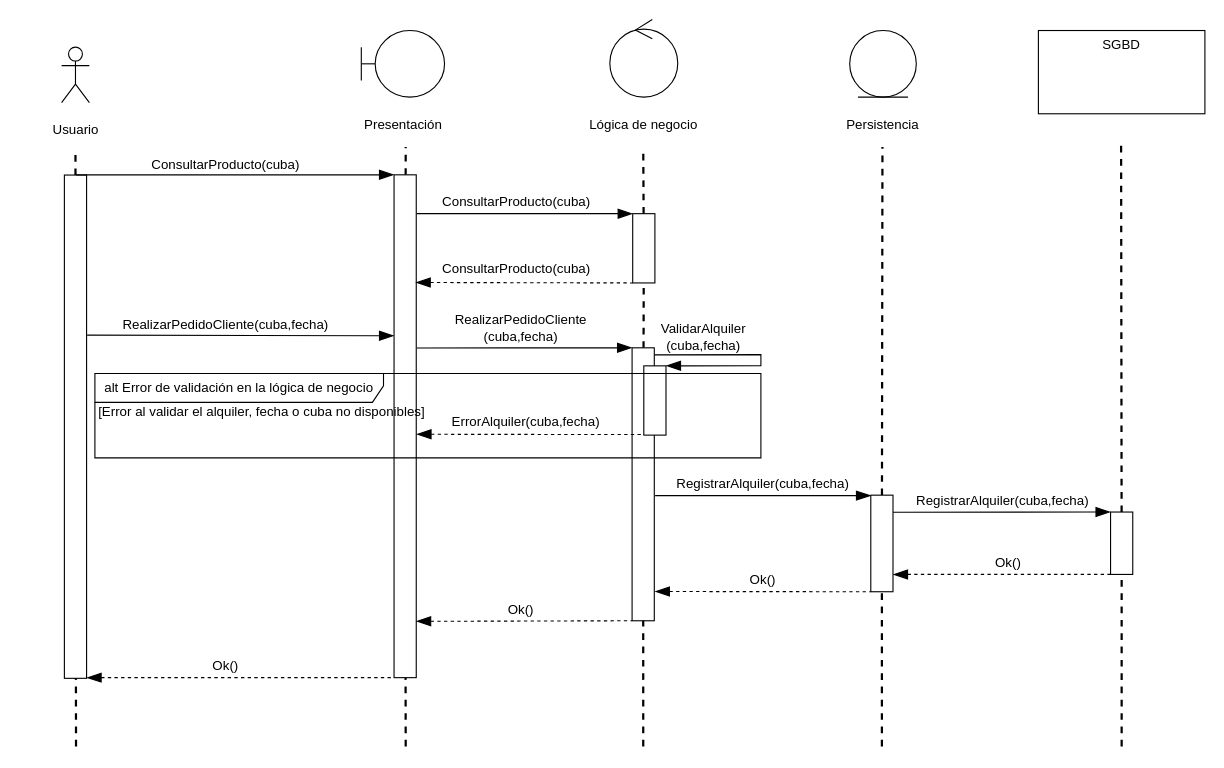
Earlier version of the draw.io diagram diagramas/diagramas de secuencia/diagramaSecuenciaAlquilerCuba.drawio (felipescalera/Proyecto-IR). Source tidied: cells renumbered, new cells numbered last; positions are measured from the earlier drawing's top-left corner, leaving out a move shared by most shapes. Both pictures are drawn from the tidied source at 111%, with x=0, y=0 at pixel (-176, 19).
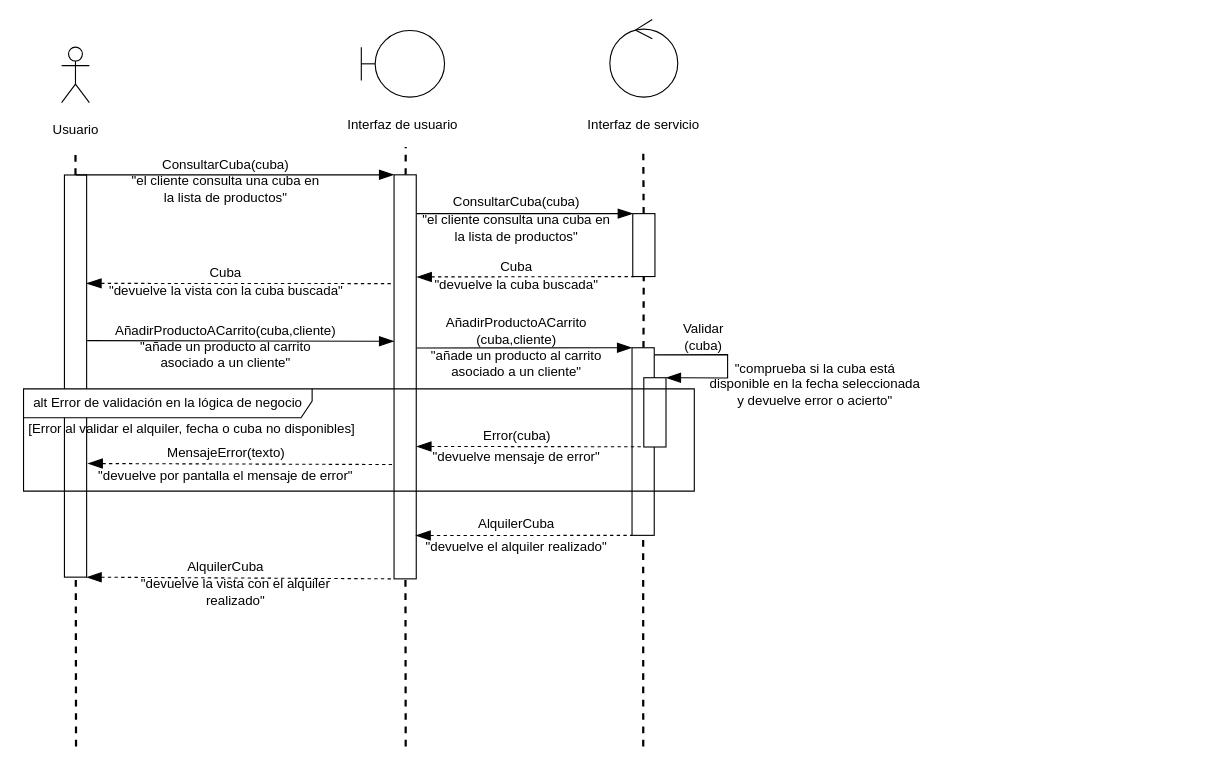
Above is the later version.

The change refers to these unchanged cells:
```xml
<mxCell id="8" style="group;" parent="1" vertex="1">
  <mxGeometry x="684" width="109" height="105" as="geometry" />
</mxCell>
```

Change to the diagram source:
```diff
@@
-    <mxCell id="2" style="group;" parent="1" vertex="1">
-      <mxGeometry x="1094" y="10" width="150" height="75" as="geometry" />
-    </mxCell>
-    <mxCell id="3" style="rounded=0;whiteSpace=wrap;html=1;fontColor=none;" parent="2" vertex="1">
-      <mxGeometry width="150" height="75" as="geometry" />
-    </mxCell>
-    <mxCell id="4" value="SGBD" style="text;html=1;strokeColor=none;fillColor=none;align=center;verticalAlign=middle;whiteSpace=wrap;rounded=0;fontColor=none;" parent="2" vertex="1">
-      <mxGeometry x="50" width="50" height="25" as="geometry" />
-    </mxCell>
-    <mxCell id="5" style="group;" parent="1" vertex="1">
-      <mxGeometry x="924" y="10" width="60" height="95" as="geometry" />
-    </mxCell>
-    <mxCell id="6" style="ellipse;shape=umlEntity;whiteSpace=wrap;html=1;" parent="5" vertex="1">
-      <mxGeometry width="60" height="60" as="geometry" />
-    </mxCell>
-    <mxCell id="7" value="Persistencia" style="text;html=1;strokeColor=none;fillColor=none;align=center;verticalAlign=middle;whiteSpace=wrap;rounded=0;fontColor=none;" parent="5" vertex="1">
-      <mxGeometry x="10" y="75" width="40" height="20" as="geometry" />
-    </mxCell>
@@
-    <mxCell id="10" value="Lógica de negocio" style="text;html=1;strokeColor=none;fillColor=none;align=center;verticalAlign=middle;whiteSpace=wrap;rounded=0;fontColor=none;" parent="8" vertex="1">
+    <mxCell id="10" value="Interfaz de servicio" style="text;html=1;strokeColor=none;fillColor=none;align=center;verticalAlign=middle;whiteSpace=wrap;rounded=0;fontColor=none;" parent="8" vertex="1">
       <mxGeometry y="85" width="109" height="20" as="geometry" />
     </mxCell>
     <mxCell id="11" style="group;" parent="1" vertex="1">
-      <mxGeometry x="484" y="10" width="75" height="95" as="geometry" />
+      <mxGeometry x="484" y="10" width="120" height="95" as="geometry" />
     </mxCell>
@@
-    <mxCell id="13" value="Presentación" style="text;html=1;strokeColor=none;fillColor=none;align=center;verticalAlign=middle;whiteSpace=wrap;rounded=0;fontColor=none;" parent="11" vertex="1">
-      <mxGeometry x="17.5" y="75" width="40" height="20" as="geometry" />
+    <mxCell id="13" value="Interfaz de usuario" style="text;html=1;strokeColor=none;fillColor=none;align=center;verticalAlign=middle;whiteSpace=wrap;rounded=0;fontColor=none;" parent="11" vertex="1">
+      <mxGeometry x="-13.8" y="75" width="102.5" height="20" as="geometry" />
     </mxCell>
@@
-    <mxCell id="16" style="endArrow=none;dashed=1;html=1;fontColor=none;strokeWidth=2;" parent="1" edge="1" source="34">
-      <mxGeometry relative="1" as="geometry">
-        <mxPoint x="953.5" y="115" as="targetPoint" />
-      </mxGeometry>
-    </mxCell>
-    <mxCell id="17" style="endArrow=none;dashed=1;html=1;fontColor=none;strokeWidth=2;" parent="1" edge="1" source="37">
-      <mxGeometry relative="1" as="geometry">
-        <mxPoint x="1168.5" y="110" as="targetPoint" />
-      </mxGeometry>
-    </mxCell>
@@
     <mxCell id="22" style="rounded=0;whiteSpace=wrap;html=1;fontColor=none;rotation=90;" parent="1" vertex="1">
-      <mxGeometry x="-0.2" y="356.9" width="453.4" height="20" as="geometry" />
+      <mxGeometry x="45.4" y="311.3" width="362.3" height="20" as="geometry" />
     </mxCell>
@@
     <mxCell id="24" style="rounded=0;whiteSpace=wrap;html=1;fontColor=none;rotation=90;" parent="1" vertex="1">
-      <mxGeometry x="297" y="356.5" width="453" height="20" as="geometry" />
+      <mxGeometry x="341.5" y="312" width="364" height="20" as="geometry" />
     </mxCell>
@@
-    <mxCell id="27" value="ConsultarProducto(cuba)" style="text;html=1;strokeColor=none;fillColor=none;align=center;verticalAlign=middle;whiteSpace=wrap;rounded=0;fontSize=12;fontColor=none;" parent="1" vertex="1">
+    <mxCell id="27" value="ConsultarCuba(cuba)" style="text;html=1;strokeColor=none;fillColor=none;align=center;verticalAlign=middle;whiteSpace=wrap;rounded=0;fontSize=12;fontColor=none;" parent="1" vertex="1">
       <mxGeometry x="342" y="121" width="40" height="20" as="geometry" />
     </mxCell>
@@
     <mxCell id="29" style="rounded=0;whiteSpace=wrap;html=1;fontColor=none;rotation=90;" parent="1" vertex="1">
-      <mxGeometry x="707.3" y="196.2" width="62.4" height="20" as="geometry" />
+      <mxGeometry x="710.2" y="193.3" width="56.7" height="20" as="geometry" />
     </mxCell>
@@
-    <mxCell id="31" value="ConsultarProducto(cuba)" style="text;html=1;strokeColor=none;fillColor=none;align=center;verticalAlign=middle;whiteSpace=wrap;rounded=0;fontSize=12;fontColor=none;" parent="1" vertex="1">
+    <mxCell id="31" value="ConsultarCuba(cuba)" style="text;html=1;strokeColor=none;fillColor=none;align=center;verticalAlign=middle;whiteSpace=wrap;rounded=0;fontSize=12;fontColor=none;" parent="1" vertex="1">
       <mxGeometry x="604" y="155" width="40" height="20" as="geometry" />
     </mxCell>
-    <mxCell id="32" style="endArrow=none;html=1;strokeWidth=1;fontColor=none;endFill=0;endSize=11;startArrow=blockThin;startFill=1;startSize=11;dashed=1;entryX=1;entryY=1;entryDx=0;entryDy=0;" parent="1" edge="1" target="29">
+    <mxCell id="32" style="endArrow=none;html=1;strokeWidth=1;fontColor=none;endFill=0;endSize=11;startArrow=blockThin;startFill=1;startSize=11;dashed=1;entryX=1;entryY=1;entryDx=0;entryDy=0;exitX=0.203;exitY=0.025;exitDx=0;exitDy=0;exitPerimeter=0;" parent="1" edge="1">
       <mxGeometry relative="1" as="geometry">
-        <mxPoint x="533" y="237" as="sourcePoint" />
+        <mxPoint x="534" y="232" as="sourcePoint" />
+        <mxPoint x="729.5" y="231.7" as="targetPoint" />
       </mxGeometry>
     </mxCell>
-    <mxCell id="33" style="endArrow=blockThin;html=1;strokeWidth=1;fontColor=none;endFill=1;endSize=11;entryX=0;entryY=1;entryDx=0;entryDy=0;" parent="1" edge="1">
-      <mxGeometry relative="1" as="geometry">
-        <mxPoint x="748.7" y="429" as="sourcePoint" />
-        <mxPoint x="943.2" y="429" as="targetPoint" />
-      </mxGeometry>
-    </mxCell>
-    <mxCell id="34" style="rounded=0;whiteSpace=wrap;html=1;fontColor=none;rotation=90;" parent="1" vertex="1">
-      <mxGeometry x="909.5" y="462.1" width="87" height="20" as="geometry" />
-    </mxCell>
-    <mxCell id="35" style="endArrow=none;dashed=1;html=1;fontColor=none;strokeWidth=2;" parent="1" edge="1" target="34">
-      <mxGeometry relative="1" as="geometry">
-        <mxPoint x="953" y="655" as="sourcePoint" />
-      </mxGeometry>
-    </mxCell>
-    <mxCell id="36" value="RegistrarAlquiler(cuba,fecha)" style="text;html=1;strokeColor=none;fillColor=none;align=center;verticalAlign=middle;whiteSpace=wrap;rounded=0;fontSize=12;fontColor=none;" parent="1" vertex="1">
-      <mxGeometry x="826" y="409.4" width="40" height="20" as="geometry" />
-    </mxCell>
-    <mxCell id="37" style="rounded=0;whiteSpace=wrap;html=1;fontColor=none;rotation=90;" parent="1" vertex="1">
-      <mxGeometry x="1140.9" y="461.9" width="56.2" height="20" as="geometry" />
-    </mxCell>
-    <mxCell id="38" style="endArrow=none;dashed=1;html=1;fontColor=none;strokeWidth=2;" parent="1" edge="1" target="37">
-      <mxGeometry relative="1" as="geometry">
-        <mxPoint x="1169" y="655" as="sourcePoint" />
-      </mxGeometry>
-    </mxCell>
-    <mxCell id="39" style="endArrow=blockThin;html=1;strokeWidth=1;fontColor=none;endFill=1;endSize=11;entryX=0;entryY=1;entryDx=0;entryDy=0;" parent="1" edge="1" target="37">
-      <mxGeometry relative="1" as="geometry">
-        <mxPoint x="963" y="444" as="sourcePoint" />
-      </mxGeometry>
-    </mxCell>
-    <mxCell id="40" style="endArrow=none;html=1;strokeWidth=1;fontColor=none;endFill=0;endSize=11;startArrow=blockThin;startFill=1;startSize=11;dashed=1;entryX=1;entryY=1;entryDx=0;entryDy=0;" parent="1" edge="1" target="37">
-      <mxGeometry relative="1" as="geometry">
-        <mxPoint x="963" y="500" as="sourcePoint" />
-      </mxGeometry>
-    </mxCell>
-    <mxCell id="41" value="Ok()" style="text;html=1;strokeColor=none;fillColor=none;align=center;verticalAlign=middle;whiteSpace=wrap;rounded=0;fontSize=12;fontColor=none;" parent="1" vertex="1">
-      <mxGeometry x="1047.3" y="479.5" width="40" height="20" as="geometry" />
-    </mxCell>
-    <mxCell id="42" style="endArrow=none;html=1;strokeWidth=1;fontColor=none;endFill=0;endSize=11;startArrow=blockThin;startFill=1;startSize=11;dashed=1;entryX=1;entryY=1;entryDx=0;entryDy=0;" parent="1" edge="1" target="34">
-      <mxGeometry relative="1" as="geometry">
-        <mxPoint x="748.5" y="515.4" as="sourcePoint" />
-      </mxGeometry>
-    </mxCell>
-    <mxCell id="43" value="Ok()" style="text;html=1;strokeColor=none;fillColor=none;align=center;verticalAlign=middle;whiteSpace=wrap;rounded=0;fontSize=12;fontColor=none;" parent="1" vertex="1">
-      <mxGeometry x="826" y="495" width="40" height="20" as="geometry" />
-    </mxCell>
-    <mxCell id="44" value="Ok()" style="text;html=1;strokeColor=none;fillColor=none;align=center;verticalAlign=middle;whiteSpace=wrap;rounded=0;fontSize=12;fontColor=none;" parent="1" vertex="1">
-      <mxGeometry x="608" y="522" width="40" height="20" as="geometry" />
+    <mxCell id="44" value="AlquilerCuba" style="text;html=1;strokeColor=none;fillColor=none;align=center;verticalAlign=middle;whiteSpace=wrap;rounded=0;fontSize=12;fontColor=none;" parent="1" vertex="1">
+      <mxGeometry x="604" y="445" width="40" height="20" as="geometry" />
     </mxCell>
-    <mxCell id="45" style="endArrow=none;html=1;strokeWidth=1;fontColor=none;endFill=0;endSize=11;startArrow=blockThin;startFill=1;startSize=11;dashed=1;entryX=1;entryY=1;entryDx=0;entryDy=0;exitX=0.888;exitY=0.005;exitDx=0;exitDy=0;exitPerimeter=0;" parent="1" edge="1" source="24" target="50">
-      <mxGeometry relative="1" as="geometry" />
+    <mxCell id="45" style="endArrow=none;html=1;strokeWidth=1;fontColor=none;endFill=0;endSize=11;startArrow=blockThin;startFill=1;startSize=11;dashed=1;entryX=1;entryY=1;entryDx=0;entryDy=0;" parent="1" edge="1" target="50">
+      <mxGeometry relative="1" as="geometry">
+        <mxPoint x="533" y="465" as="sourcePoint" />
+      </mxGeometry>
     </mxCell>
-    <mxCell id="46" style="endArrow=none;html=1;strokeWidth=1;fontColor=none;endFill=0;endSize=11;startArrow=blockThin;startFill=1;startSize=11;dashed=1;entryX=1;entryY=1;entryDx=0;entryDy=0;" parent="1" edge="1" target="24">
-      <mxGeometry relative="1" as="geometry">
-        <mxPoint x="236.5" y="593" as="sourcePoint" />
-      </mxGeometry>
+    <mxCell id="46" style="endArrow=none;html=1;strokeWidth=1;fontColor=none;endFill=0;endSize=11;startArrow=blockThin;startFill=1;startSize=11;dashed=1;entryX=1;entryY=1;entryDx=0;entryDy=0;exitX=1;exitY=0;exitDx=0;exitDy=0;" parent="1" edge="1" source="22" target="24">
+      <mxGeometry relative="1" as="geometry" />
     </mxCell>
-    <mxCell id="47" value="ConsultarProducto(cuba)" style="text;html=1;strokeColor=none;fillColor=none;align=center;verticalAlign=middle;whiteSpace=wrap;rounded=0;fontSize=12;fontColor=none;" parent="1" vertex="1">
-      <mxGeometry x="604" y="215" width="40" height="20" as="geometry" />
+    <mxCell id="47" value="Cuba" style="text;html=1;strokeColor=none;fillColor=none;align=center;verticalAlign=middle;whiteSpace=wrap;rounded=0;fontSize=12;fontColor=none;" parent="1" vertex="1">
+      <mxGeometry x="604" y="213.3" width="40" height="20" as="geometry" />
     </mxCell>
-    <mxCell id="48" style="endArrow=blockThin;html=1;strokeWidth=1;fontColor=none;endFill=1;endSize=11;entryX=0;entryY=1;entryDx=0;entryDy=0;exitX=0.318;exitY=-0.024;exitDx=0;exitDy=0;exitPerimeter=0;" parent="1" edge="1" source="22">
+    <mxCell id="48" style="endArrow=blockThin;html=1;strokeWidth=1;fontColor=none;endFill=1;endSize=11;entryX=0;entryY=1;entryDx=0;entryDy=0;exitX=0.318;exitY=-0.024;exitDx=0;exitDy=0;exitPerimeter=0;" parent="1" edge="1">
       <mxGeometry relative="1" as="geometry">
-        <mxPoint x="513.5" y="285" as="targetPoint" />
+        <mxPoint x="237" y="289.4" as="sourcePoint" />
+        <mxPoint x="513.5" y="290" as="targetPoint" />
       </mxGeometry>
     </mxCell>
-    <mxCell id="49" value="RealizarPedidoCliente(cuba,fecha)" style="text;html=1;strokeColor=none;fillColor=none;align=center;verticalAlign=middle;whiteSpace=wrap;rounded=0;fontSize=12;fontColor=none;" parent="1" vertex="1">
-      <mxGeometry x="342" y="265" width="40" height="20" as="geometry" />
+    <mxCell id="49" value="AñadirProductoACarrito(cuba,cliente)" style="text;html=1;strokeColor=none;fillColor=none;align=center;verticalAlign=middle;whiteSpace=wrap;rounded=0;fontSize=12;fontColor=none;" parent="1" vertex="1">
+      <mxGeometry x="342" y="271" width="40" height="20" as="geometry" />
     </mxCell>
     <mxCell id="50" style="rounded=0;whiteSpace=wrap;html=1;fontColor=none;rotation=90;" parent="1" vertex="1">
-      <mxGeometry x="615" y="408.8" width="245.9" height="20" as="geometry" />
+      <mxGeometry x="653.4" y="370.3" width="169" height="20" as="geometry" />
     </mxCell>
@@
-    <mxCell id="53" value="RealizarPedidoCliente&lt;br&gt;(cuba,fecha)" style="text;html=1;strokeColor=none;fillColor=none;align=center;verticalAlign=middle;whiteSpace=wrap;rounded=0;fontSize=12;fontColor=none;" parent="1" vertex="1">
-      <mxGeometry x="608" y="268" width="40" height="20" as="geometry" />
-    </mxCell>
     <mxCell id="54" style="rounded=0;whiteSpace=wrap;html=1;fontColor=none;rotation=90;" parent="1" vertex="1">
-      <mxGeometry x="717.3" y="333.3" width="62.4" height="20" as="geometry" />
+      <mxGeometry x="717.3" y="344" width="62.4" height="20" as="geometry" />
     </mxCell>
     <mxCell id="55" style="endArrow=blockThin;html=1;strokeWidth=1;fontColor=none;endFill=1;endSize=11;entryX=0;entryY=0;entryDx=0;entryDy=0;rounded=0;" parent="1" edge="1" target="54">
       <mxGeometry relative="1" as="geometry">
         <mxPoint x="748" y="302.2" as="sourcePoint" />
         <Array as="points">
-          <mxPoint x="844" y="302" />
-          <mxPoint x="844" y="312" />
+          <mxPoint x="814" y="302" />
+          <mxPoint x="814" y="323" />
         </Array>
       </mxGeometry>
     </mxCell>
-    <mxCell id="56" value="ValidarAlquiler&lt;br&gt;(cuba,fecha)" style="text;html=1;align=center;verticalAlign=middle;fontSize=12;fontColor=none;" parent="1" vertex="1">
-      <mxGeometry x="747" y="271" width="90" height="30" as="geometry" />
+    <mxCell id="56" value="Validar&lt;br&gt;(cuba)" style="text;html=1;align=center;verticalAlign=middle;fontSize=12;fontColor=none;" parent="1" vertex="1">
+      <mxGeometry x="767" y="271" width="50" height="30" as="geometry" />
     </mxCell>
     <mxCell id="57" value="[Error al validar el alquiler, fecha o cuba no disponibles]" style="text;html=1;align=center;verticalAlign=middle;fontSize=12;fontColor=none;" parent="1" vertex="1">
-      <mxGeometry x="239" y="344" width="310" height="20" as="geometry" />
+      <mxGeometry x="176" y="358.8" width="310" height="20" as="geometry" />
     </mxCell>
-    <mxCell id="58" style="endArrow=none;html=1;strokeWidth=1;fontColor=none;endFill=0;endSize=11;startArrow=blockThin;startFill=1;startSize=11;dashed=1;entryX=1;entryY=1;entryDx=0;entryDy=0;exitX=0.516;exitY=-0.011;exitDx=0;exitDy=0;exitPerimeter=0;" parent="1" edge="1" source="24">
+    <mxCell id="58" style="endArrow=none;html=1;strokeWidth=1;fontColor=none;endFill=0;endSize=11;startArrow=blockThin;startFill=1;startSize=11;dashed=1;entryX=1;entryY=1;entryDx=0;entryDy=0;exitX=0.516;exitY=-0.011;exitDx=0;exitDy=0;exitPerimeter=0;" parent="1" edge="1">
       <mxGeometry relative="1" as="geometry">
-        <mxPoint x="738.5" y="374" as="targetPoint" />
+        <mxPoint x="533.7" y="384.7" as="sourcePoint" />
+        <mxPoint x="738.5" y="385" as="targetPoint" />
       </mxGeometry>
     </mxCell>
-    <mxCell id="59" value="ErrorAlquiler(cuba,fecha)" style="text;html=1;align=center;verticalAlign=middle;fontSize=12;fontColor=none;" parent="1" vertex="1">
-      <mxGeometry x="557.3" y="353.3" width="150" height="20" as="geometry" />
+    <mxCell id="59" value="Error(cuba)" style="text;html=1;align=center;verticalAlign=middle;fontSize=12;fontColor=none;" parent="1" vertex="1">
+      <mxGeometry x="584" y="365" width="80" height="20" as="geometry" />
     </mxCell>
+    <mxCell id="62" value="AlquilerCuba" style="text;html=1;strokeColor=none;fillColor=none;align=center;verticalAlign=middle;whiteSpace=wrap;rounded=0;fontSize=12;fontColor=none;" parent="1" vertex="1">
+      <mxGeometry x="342" y="483" width="40" height="20" as="geometry" />
+    </mxCell>
+    <mxCell id="63" style="endArrow=none;html=1;strokeWidth=1;fontColor=none;endFill=0;endSize=11;startArrow=blockThin;startFill=1;startSize=11;dashed=1;entryX=0.25;entryY=1;entryDx=0;entryDy=0;exitX=0.25;exitY=0;exitDx=0;exitDy=0;" parent="1" edge="1">
+      <mxGeometry relative="1" as="geometry">
+        <mxPoint x="236.5" y="237.8" as="sourcePoint" />
+        <mxPoint x="513.5" y="238" as="targetPoint" />
+      </mxGeometry>
+    </mxCell>
+    <mxCell id="64" value="Cuba" style="text;html=1;strokeColor=none;fillColor=none;align=center;verticalAlign=middle;whiteSpace=wrap;rounded=0;fontSize=12;fontColor=none;" parent="1" vertex="1">
+      <mxGeometry x="342" y="219.3" width="40" height="20" as="geometry" />
+    </mxCell>
+    <mxCell id="65" style="endArrow=none;html=1;strokeWidth=1;fontColor=none;endFill=0;endSize=11;startArrow=blockThin;startFill=1;startSize=11;dashed=1;exitX=0.582;exitY=-0.055;exitDx=0;exitDy=0;exitPerimeter=0;" parent="1" edge="1">
+      <mxGeometry relative="1" as="geometry">
+        <mxPoint x="237.6" y="400.1" as="sourcePoint" />
+        <mxPoint x="514" y="401" as="targetPoint" />
+      </mxGeometry>
+    </mxCell>
+    <mxCell id="66" value="MensajeError(texto)" style="text;html=1;align=center;verticalAlign=middle;fontSize=12;fontColor=none;" parent="1" vertex="1">
+      <mxGeometry x="302" y="381" width="120" height="20" as="geometry" />
+    </mxCell>
+    <mxCell id="67" value="AñadirProductoACarrito&lt;br&gt;(cuba,cliente)" style="text;html=1;strokeColor=none;fillColor=none;align=center;verticalAlign=middle;whiteSpace=wrap;rounded=0;fontSize=12;fontColor=none;" parent="1" vertex="1">
+      <mxGeometry x="604" y="271" width="40" height="20" as="geometry" />
+    </mxCell>
+    <mxCell id="68" value="&quot;añade un producto al carrito asociado a un cliente&quot;" style="text;html=1;strokeColor=none;fillColor=none;align=center;verticalAlign=middle;whiteSpace=wrap;rounded=0;fontSize=12;fontColor=none;" parent="1" vertex="1">
+      <mxGeometry x="271" y="292" width="182" height="20" as="geometry" />
+    </mxCell>
+    <mxCell id="69" value="&quot;añade un producto al carrito asociado a un cliente&quot;" style="text;html=1;strokeColor=none;fillColor=none;align=center;verticalAlign=middle;whiteSpace=wrap;rounded=0;fontSize=12;fontColor=none;" parent="1" vertex="1">
+      <mxGeometry x="533" y="300" width="182" height="20" as="geometry" />
+    </mxCell>
+    <mxCell id="70" value="&quot;comprueba si la cuba está disponible en la fecha seleccionada y devuelve error o acierto&quot;" style="text;html=1;strokeColor=none;fillColor=none;align=center;verticalAlign=middle;whiteSpace=wrap;rounded=0;fontSize=12;fontColor=none;" parent="1" vertex="1">
+      <mxGeometry x="793" y="319" width="200" height="20" as="geometry" />
+    </mxCell>
+    <mxCell id="71" value="&quot;devuelve mensaje de error&quot;" style="text;html=1;strokeColor=none;fillColor=none;align=center;verticalAlign=middle;whiteSpace=wrap;rounded=0;fontSize=12;fontColor=none;" parent="1" vertex="1">
+      <mxGeometry x="524" y="384" width="200" height="20" as="geometry" />
+    </mxCell>
+    <mxCell id="72" value="&quot;devuelve por pantalla el mensaje de error&quot;" style="text;html=1;strokeColor=none;fillColor=none;align=center;verticalAlign=middle;whiteSpace=wrap;rounded=0;fontSize=12;fontColor=none;" parent="1" vertex="1">
+      <mxGeometry x="246" y="401" width="232" height="20" as="geometry" />
+    </mxCell>
+    <mxCell id="73" value="&quot;el cliente consulta una cuba en la lista de productos&quot;" style="text;html=1;strokeColor=none;fillColor=none;align=center;verticalAlign=middle;whiteSpace=wrap;rounded=0;fontSize=12;fontColor=none;" parent="1" vertex="1">
+      <mxGeometry x="271" y="143" width="182" height="20" as="geometry" />
+    </mxCell>
+    <mxCell id="74" value="&quot;el cliente consulta una cuba en la lista de productos&quot;" style="text;html=1;strokeColor=none;fillColor=none;align=center;verticalAlign=middle;whiteSpace=wrap;rounded=0;fontSize=12;fontColor=none;" parent="1" vertex="1">
+      <mxGeometry x="533" y="178" width="182" height="20" as="geometry" />
+    </mxCell>
+    <mxCell id="75" value="&quot;devuelve la cuba buscada&quot;" style="text;html=1;strokeColor=none;fillColor=none;align=center;verticalAlign=middle;whiteSpace=wrap;rounded=0;fontSize=12;fontColor=none;" parent="1" vertex="1">
+      <mxGeometry x="533" y="229.4" width="182" height="20" as="geometry" />
+    </mxCell>
+    <mxCell id="76" value="&quot;devuelve la vista con la cuba buscada&quot;" style="text;html=1;strokeColor=none;fillColor=none;align=center;verticalAlign=middle;whiteSpace=wrap;rounded=0;fontSize=12;fontColor=none;" parent="1" vertex="1">
+      <mxGeometry x="255.5" y="235.4" width="213" height="20" as="geometry" />
+    </mxCell>
+    <mxCell id="77" value="&quot;devuelve el alquiler realizado&quot;" style="text;html=1;strokeColor=none;fillColor=none;align=center;verticalAlign=middle;whiteSpace=wrap;rounded=0;fontSize=12;fontColor=none;" parent="1" vertex="1">
+      <mxGeometry x="524" y="465" width="200" height="20" as="geometry" />
+    </mxCell>
+    <mxCell id="78" value="&quot;devuelve la vista con el alquiler realizado&quot;" style="text;html=1;strokeColor=none;fillColor=none;align=center;verticalAlign=middle;whiteSpace=wrap;rounded=0;fontSize=12;fontColor=none;" parent="1" vertex="1">
+      <mxGeometry x="271" y="506" width="200" height="20" as="geometry" />
+    </mxCell>
     <mxCell id="60" value="alt Error de validación en la lógica de negocio" style="shape=umlFrame;whiteSpace=wrap;html=1;fontSize=12;fontColor=none;width=260;height=26;" parent="1" vertex="1">
-      <mxGeometry x="244" y="319" width="600" height="76" as="geometry" />
+      <mxGeometry x="179.7" y="332.8" width="604.3" height="92.2" as="geometry" />
     </mxCell>
-    <mxCell id="61" value="RegistrarAlquiler(cuba,fecha)" style="text;html=1;strokeColor=none;fillColor=none;align=center;verticalAlign=middle;whiteSpace=wrap;rounded=0;fontSize=12;fontColor=none;" parent="1" vertex="1">
-      <mxGeometry x="1042" y="424.4" width="40" height="20" as="geometry" />
-    </mxCell>
-    <mxCell id="62" value="Ok()" style="text;html=1;strokeColor=none;fillColor=none;align=center;verticalAlign=middle;whiteSpace=wrap;rounded=0;fontSize=12;fontColor=none;" parent="1" vertex="1">
-      <mxGeometry x="342" y="573" width="40" height="20" as="geometry" />
-    </mxCell>
```
